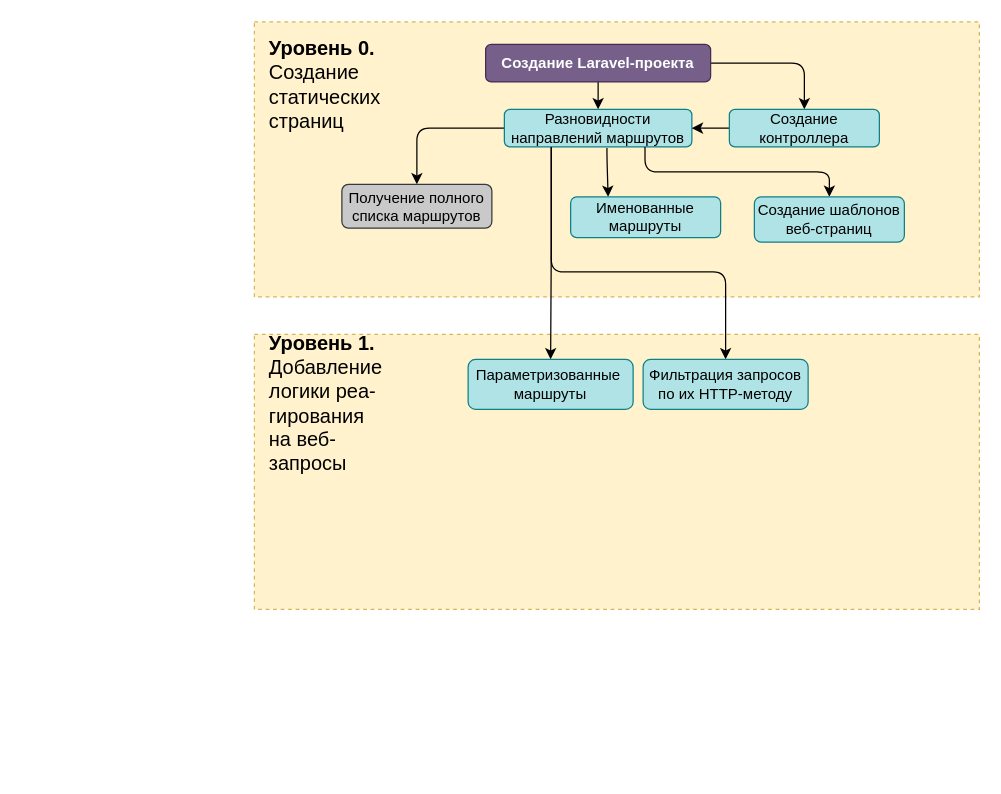
The draw.io diagram PHP/Laravel-guide/images/Laravel-RoadMap.drawio in Dionisiy79/DemoCode, before the edit. Source tidied: cells renumbered, new cells numbered last; positions are measured from the earlier drawing's top-left corner, leaving out a move shared by most shapes. Both pictures are drawn from the tidied source at 125%, with x=0, y=0 at pixel (254, 21).
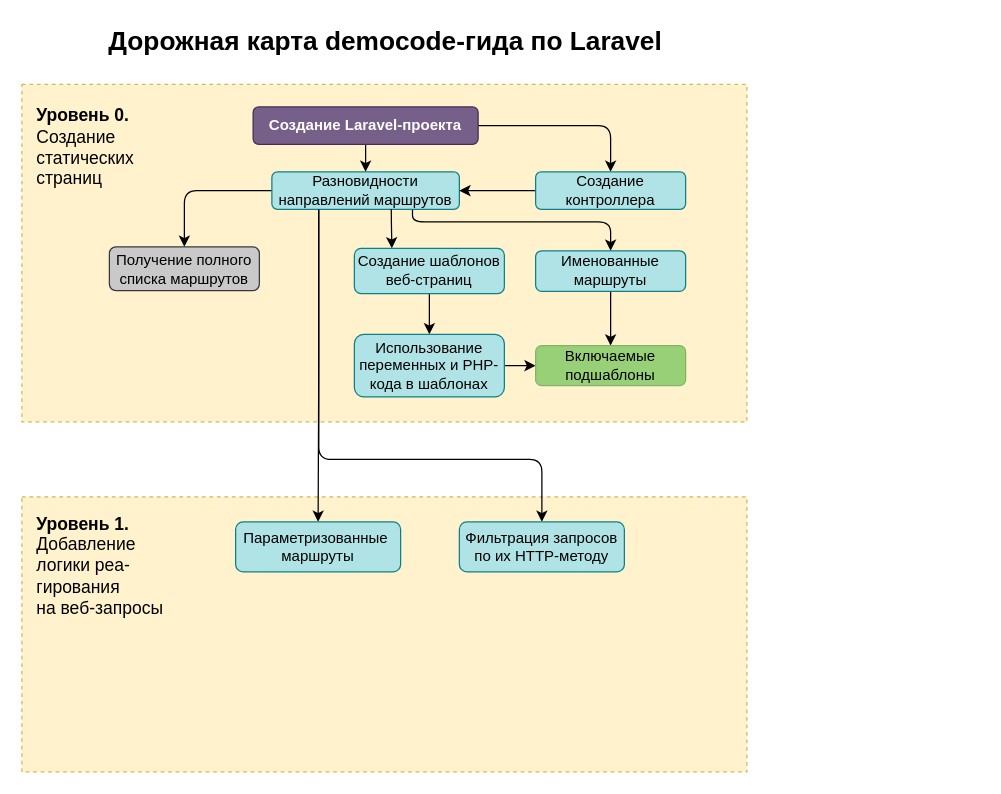
After the change.

Diff of the diagram source:
```diff
@@
     <mxCell id="2" style="rounded=0;whiteSpace=wrap;html=1;fillColor=#fff2cc;strokeColor=#d6b656;dashed=1;" parent="1" vertex="1">
-      <mxGeometry y="250" width="580" height="220" as="geometry" />
+      <mxGeometry x="-186" y="380" width="580" height="220" as="geometry" />
     </mxCell>
     <mxCell id="3" style="rounded=0;whiteSpace=wrap;html=1;fillColor=#fff2cc;strokeColor=#d6b656;dashed=1;" parent="1" vertex="1">
-      <mxGeometry width="580" height="220" as="geometry" />
+      <mxGeometry x="-186" y="50" width="580" height="270" as="geometry" />
     </mxCell>
     <mxCell id="4" style="edgeStyle=orthogonalEdgeStyle;rounded=0;jettySize=auto;html=1;entryX=0.5;entryY=0;entryDx=0;entryDy=0;" parent="1" edge="1" source="6" target="10">
       <mxGeometry relative="1" as="geometry">
         <Array as="points">
-          <mxPoint x="275" y="60" />
-          <mxPoint x="275" y="60" />
+          <mxPoint x="89" y="110" />
+          <mxPoint x="89" y="110" />
         </Array>
       </mxGeometry>
     </mxCell>
@@
     <mxCell id="6" value="Создание Laravel-проекта" style="rounded=1;whiteSpace=wrap;html=1;fillColor=#76608a;strokeColor=#432D57;fontColor=#ffffff;fontStyle=1;" parent="1" vertex="1">
-      <mxGeometry x="185" y="18" width="180" height="30" as="geometry" />
+      <mxGeometry x="-1" y="68" width="180" height="30" as="geometry" />
     </mxCell>
-    <mxCell id="7" style="edgeStyle=orthogonalEdgeStyle;rounded=1;jettySize=auto;html=1;exitX=0.547;exitY=1.03;exitDx=0;exitDy=0;entryX=0.25;entryY=0;entryDx=0;entryDy=0;exitPerimeter=0;" parent="1" edge="1" source="10" target="13">
+    <mxCell id="7" style="edgeStyle=orthogonalEdgeStyle;rounded=1;jettySize=auto;html=1;entryX=0.5;entryY=0;entryDx=0;entryDy=0;exitX=0.75;exitY=1;exitDx=0;exitDy=0;" parent="1" edge="1" source="10" target="13">
       <mxGeometry relative="1" as="geometry">
         <Array as="points">
-          <mxPoint x="282" y="110" />
-          <mxPoint x="283" y="110" />
+          <mxPoint x="126" y="160" />
+          <mxPoint x="285" y="160" />
         </Array>
       </mxGeometry>
     </mxCell>
@@
     <mxCell id="9" style="edgeStyle=orthogonalEdgeStyle;rounded=1;jettySize=auto;html=1;exitX=0.25;exitY=1;exitDx=0;exitDy=0;" parent="1" edge="1" source="10" target="20">
       <mxGeometry relative="1" as="geometry">
         <Array as="points">
-          <mxPoint x="238" y="200" />
-          <mxPoint x="377" y="200" />
+          <mxPoint x="51" y="350" />
+          <mxPoint x="230" y="350" />
         </Array>
       </mxGeometry>
     </mxCell>
     <mxCell id="10" value="Разновидности направлений маршрутов" style="whiteSpace=wrap;html=1;rounded=1;fillColor=#b0e3e6;strokeColor=#0e8088;" parent="1" vertex="1">
-      <mxGeometry x="200" y="70" width="150" height="30" as="geometry" />
+      <mxGeometry x="14" y="120" width="150" height="30" as="geometry" />
     </mxCell>
@@
-    <mxCell id="12" style="edgeStyle=orthogonalEdgeStyle;rounded=1;jettySize=auto;html=1;exitX=0.75;exitY=1;exitDx=0;exitDy=0;" parent="1" edge="1" source="10" target="21">
-      <mxGeometry relative="1" as="geometry" />
+    <mxCell id="12" style="edgeStyle=orthogonalEdgeStyle;rounded=1;jettySize=auto;html=1;exitX=0.637;exitY=0.987;exitDx=0;exitDy=0;entryX=0.25;entryY=0;entryDx=0;entryDy=0;exitPerimeter=0;" parent="1" edge="1" source="10" target="21">
+      <mxGeometry relative="1" as="geometry">
+        <Array as="points">
+          <mxPoint x="110" y="160" />
+          <mxPoint x="110" y="160" />
+        </Array>
+      </mxGeometry>
     </mxCell>
+    <mxCell id="22" style="edgeStyle=orthogonalEdgeStyle;rounded=0;jettySize=auto;html=1;exitX=0.5;exitY=1;exitDx=0;exitDy=0;entryX=0.5;entryY=0;entryDx=0;entryDy=0;" parent="1" edge="1" source="13" target="26">
+      <mxGeometry relative="1" as="geometry" />
+    </mxCell>
-    <mxCell id="13" value="Именованные маршруты" style="whiteSpace=wrap;html=1;rounded=1;fillColor=#b0e3e6;strokeColor=#0e8088;" parent="1" vertex="1">
-      <mxGeometry x="253" y="140" width="120" height="32.5" as="geometry" />
+    <mxCell id="13" value="Именованные маршруты" style="whiteSpace=wrap;html=1;rounded=1;fillColor=#b0e3e6;strokeColor=#0e8088;glass=0;" parent="1" vertex="1">
+      <mxGeometry x="225" y="183.1" width="120" height="32.5" as="geometry" />
     </mxCell>
     <mxCell id="14" value="Получение полного списка маршрутов" style="whiteSpace=wrap;html=1;rounded=1;fontSize=12;fillColor=#C9C9C9;strokeColor=#36393d;" parent="1" vertex="1">
-      <mxGeometry x="70" y="130" width="120" height="35" as="geometry" />
+      <mxGeometry x="-116" y="180" width="120" height="35" as="geometry" />
     </mxCell>
@@
     <mxCell id="16" value="Создание контроллера" style="whiteSpace=wrap;html=1;fillColor=#b0e3e6;strokeColor=#0e8088;rounded=1;" parent="1" vertex="1">
-      <mxGeometry x="380" y="70" width="120" height="30" as="geometry" />
+      <mxGeometry x="225" y="120" width="120" height="30" as="geometry" />
     </mxCell>
-    <mxCell id="17" value="&lt;b&gt;Уровень 0.&lt;/b&gt; &lt;br&gt;Создание &lt;br&gt;статических &lt;br&gt;страниц" style="text;html=1;strokeColor=none;fillColor=none;align=left;verticalAlign=middle;whiteSpace=wrap;rounded=0;fontSize=16;" parent="1" vertex="1">
-      <mxGeometry x="10" width="110" height="100" as="geometry" />
+    <mxCell id="17" value="&lt;b style=&quot;font-size: 14px;&quot;&gt;Уровень 0.&lt;/b&gt; &lt;br style=&quot;font-size: 14px;&quot;&gt;Создание &lt;br style=&quot;font-size: 14px;&quot;&gt;статических &lt;br style=&quot;font-size: 14px;&quot;&gt;страниц" style="text;html=1;strokeColor=none;fillColor=none;align=left;verticalAlign=middle;whiteSpace=wrap;rounded=0;fontSize=14;" parent="1" vertex="1">
+      <mxGeometry x="-176" y="50" width="110" height="100" as="geometry" />
     </mxCell>
-    <mxCell id="18" value="&lt;b&gt;Уровень 1.&lt;/b&gt;&amp;nbsp;&lt;br&gt;Добавление &lt;br&gt;логики реа-&lt;br&gt;гирования &lt;br&gt;на веб-запросы" style="text;html=1;strokeColor=none;fillColor=none;align=left;verticalAlign=middle;whiteSpace=wrap;rounded=0;fontSize=16;" parent="1" vertex="1">
-      <mxGeometry x="10" y="250" width="110" height="110" as="geometry" />
+    <mxCell id="18" value="&lt;b style=&quot;font-size: 14px;&quot;&gt;Уровень 1.&lt;/b&gt;&amp;nbsp;&lt;br style=&quot;font-size: 14px;&quot;&gt;Добавление &lt;br style=&quot;font-size: 14px;&quot;&gt;логики реа-&lt;br style=&quot;font-size: 14px;&quot;&gt;гирования &lt;br style=&quot;font-size: 14px;&quot;&gt;на веб-запросы" style="text;html=1;strokeColor=none;fillColor=none;align=left;verticalAlign=middle;whiteSpace=wrap;rounded=0;fontSize=14;" parent="1" vertex="1">
+      <mxGeometry x="-176" y="380" width="110" height="110" as="geometry" />
     </mxCell>
     <mxCell id="19" value="Параметризованные&amp;nbsp; маршруты" style="whiteSpace=wrap;html=1;fillColor=#b0e3e6;strokeColor=#0e8088;rounded=1;" parent="1" vertex="1">
-      <mxGeometry x="171" y="270" width="132" height="40" as="geometry" />
+      <mxGeometry x="-15" y="400" width="132" height="40" as="geometry" />
     </mxCell>
     <mxCell id="20" value="Фильтрация запросов по их HTTP-методу" style="whiteSpace=wrap;html=1;fillColor=#b0e3e6;strokeColor=#0e8088;rounded=1;" parent="1" vertex="1">
-      <mxGeometry x="311" y="270" width="132" height="40" as="geometry" />
+      <mxGeometry x="164" y="400" width="132" height="40" as="geometry" />
     </mxCell>
+    <mxCell id="23" style="edgeStyle=orthogonalEdgeStyle;rounded=0;jettySize=auto;html=1;" parent="1" edge="1" source="21" target="25">
+      <mxGeometry relative="1" as="geometry" />
+    </mxCell>
     <mxCell id="21" value="Создание шаблонов веб-страниц" style="whiteSpace=wrap;html=1;fillColor=#b0e3e6;strokeColor=#0e8088;rounded=1;" parent="1" vertex="1">
-      <mxGeometry x="400" y="140" width="120" height="36.2" as="geometry" />
+      <mxGeometry x="80" y="181.2" width="120" height="36.2" as="geometry" />
     </mxCell>
+    <mxCell id="24" style="edgeStyle=orthogonalEdgeStyle;rounded=0;jettySize=auto;html=1;" parent="1" edge="1" source="25" target="26">
+      <mxGeometry relative="1" as="geometry" />
+    </mxCell>
+    <mxCell id="25" value="Использование переменных и PHP-кода в шаблонах" style="whiteSpace=wrap;html=1;fillColor=#b0e3e6;strokeColor=#0e8088;rounded=1;" parent="1" vertex="1">
+      <mxGeometry x="80" y="250" width="120" height="50" as="geometry" />
+    </mxCell>
+    <mxCell id="26" value="Включаемые подшаблоны" style="whiteSpace=wrap;html=1;fillColor=#97D077;rounded=1;strokeColor=#82b366;gradientColor=none;shadow=0;glass=0;" parent="1" vertex="1">
+      <mxGeometry x="225" y="259" width="120" height="32" as="geometry" />
+    </mxCell>
+    <mxCell id="27" value="Дорожная карта democode-гида по Laravel" style="text;html=1;strokeColor=none;fillColor=none;align=center;verticalAlign=middle;whiteSpace=wrap;rounded=0;fontSize=21;fontStyle=1;" parent="1" vertex="1">
+      <mxGeometry x="-150" width="510" height="30" as="geometry" />
+    </mxCell>
```
